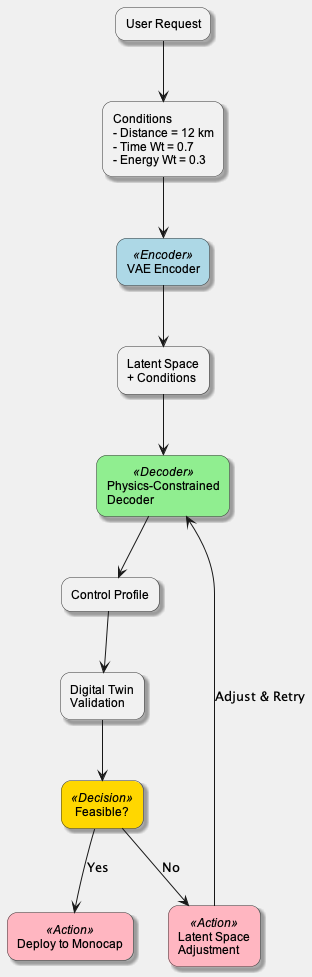
The PlantUML diagram docs/diagrams/images/docs/diagrams/c4/system_process/system_process.png in Nicola-Ibrahim/Tracing-Objectives-Backwards, before a commit. Source of this version:
```plantuml
@startuml
top to bottom direction
skinparam componentStyle rectangle
skinparam roundcorner 20
skinparam shadowing true
skinparam backgroundColor #F0F0F0
skinparam component {
  BackgroundColor<<Encoder>> #ADD8E6
  BackgroundColor<<Decoder>> #90EE90
  BackgroundColor<<Decision>> #FFD700
  BackgroundColor<<Action>> #FFB6C1
  BorderColor #333333
  FontSize 12
  FontName Arial
}

component "User Request" as A

component "Conditions\n- Distance = 12 km\n- Time Wt = 0.7\n- Energy Wt = 0.3" as B

component "VAE Encoder" as C <<Encoder>>
component "Physics-Constrained\nDecoder" as E <<Decoder>>

component "Latent Space\n+ Conditions" as D
component "Control Profile" as F
component "Digital Twin\nValidation" as G

component "Feasible?" as H <<Decision>>

component "Deploy to Monocap" as I <<Action>>
component "Latent Space\nAdjustment" as J <<Action>>

A --> B
B --> C
C --> D
D --> E
E --> F
F --> G
G --> H

H --> I : Yes
H --> J : No

J --> E : “Adjust & Retry”

@enduml
```
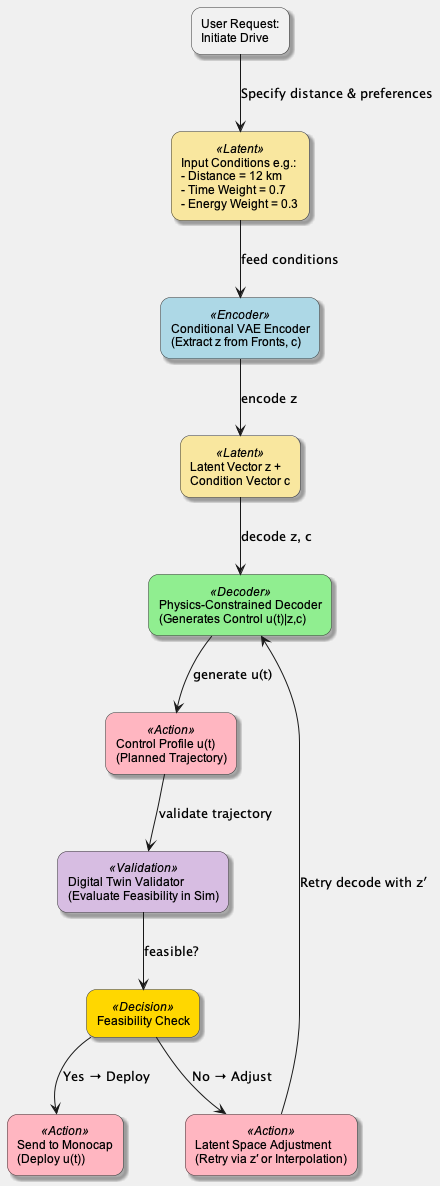
The same file after the commit.

Commit message:
Enhance system process diagram with improved component labels and color coding

What changed in the source:
```diff
@@ -6,41 +6,45 @@
 skinparam backgroundColor #F0F0F0
 skinparam component {
   BackgroundColor<<Encoder>> #ADD8E6
+  BackgroundColor<<Latent>> #F9E79F
   BackgroundColor<<Decoder>> #90EE90
   BackgroundColor<<Decision>> #FFD700
   BackgroundColor<<Action>> #FFB6C1
+  BackgroundColor<<Validation>> #D7BDE2
   BorderColor #333333
   FontSize 12
   FontName Arial
 }
 
-component "User Request" as A
+component "User Request:\nInitiate Drive" as A
 
-component "Conditions\n- Distance = 12 km\n- Time Wt = 0.7\n- Energy Wt = 0.3" as B
+component "Input Conditions e.g.: \n- Distance = 12 km\n- Time Weight = 0.7\n- Energy Weight = 0.3" as B <<Latent>>
 
-component "VAE Encoder" as C <<Encoder>>
-component "Physics-Constrained\nDecoder" as E <<Decoder>>
+component "Conditional VAE Encoder\n(Extract z from Fronts, c)" as C <<Encoder>>
 
-component "Latent Space\n+ Conditions" as D
-component "Control Profile" as F
-component "Digital Twin\nValidation" as G
+component "Latent Vector z +\nCondition Vector c" as D <<Latent>>
 
-component "Feasible?" as H <<Decision>>
+component "Physics-Constrained Decoder\n(Generates Control u(t)|z,c)" as E <<Decoder>>
 
-component "Deploy to Monocap" as I <<Action>>
-component "Latent Space\nAdjustment" as J <<Action>>
+component "Control Profile u(t)\n(Planned Trajectory)" as F <<Action>>
 
-A --> B
-B --> C
-C --> D
-D --> E
-E --> F
-F --> G
-G --> H
+component "Digital Twin Validator\n(Evaluate Feasibility in Sim)" as G <<Validation>>
 
-H --> I : Yes
-H --> J : No
+component "Feasibility Check" as H <<Decision>>
 
-J --> E : “Adjust & Retry”
+component "Send to Monocap\n(Deploy u(t))" as I <<Action>>
+
+component "Latent Space Adjustment\n(Retry via z′ or Interpolation)" as J <<Action>>
+
+A --> B : Specify distance & preferences
+B --> C : feed conditions
+C --> D : encode z
+D --> E : decode z, c
+E --> F : generate u(t)
+F --> G : validate trajectory
+G --> H : feasible?
+H --> I : Yes → Deploy
+H --> J : No → Adjust
+J --> E : Retry decode with z′
 
 @enduml
```
